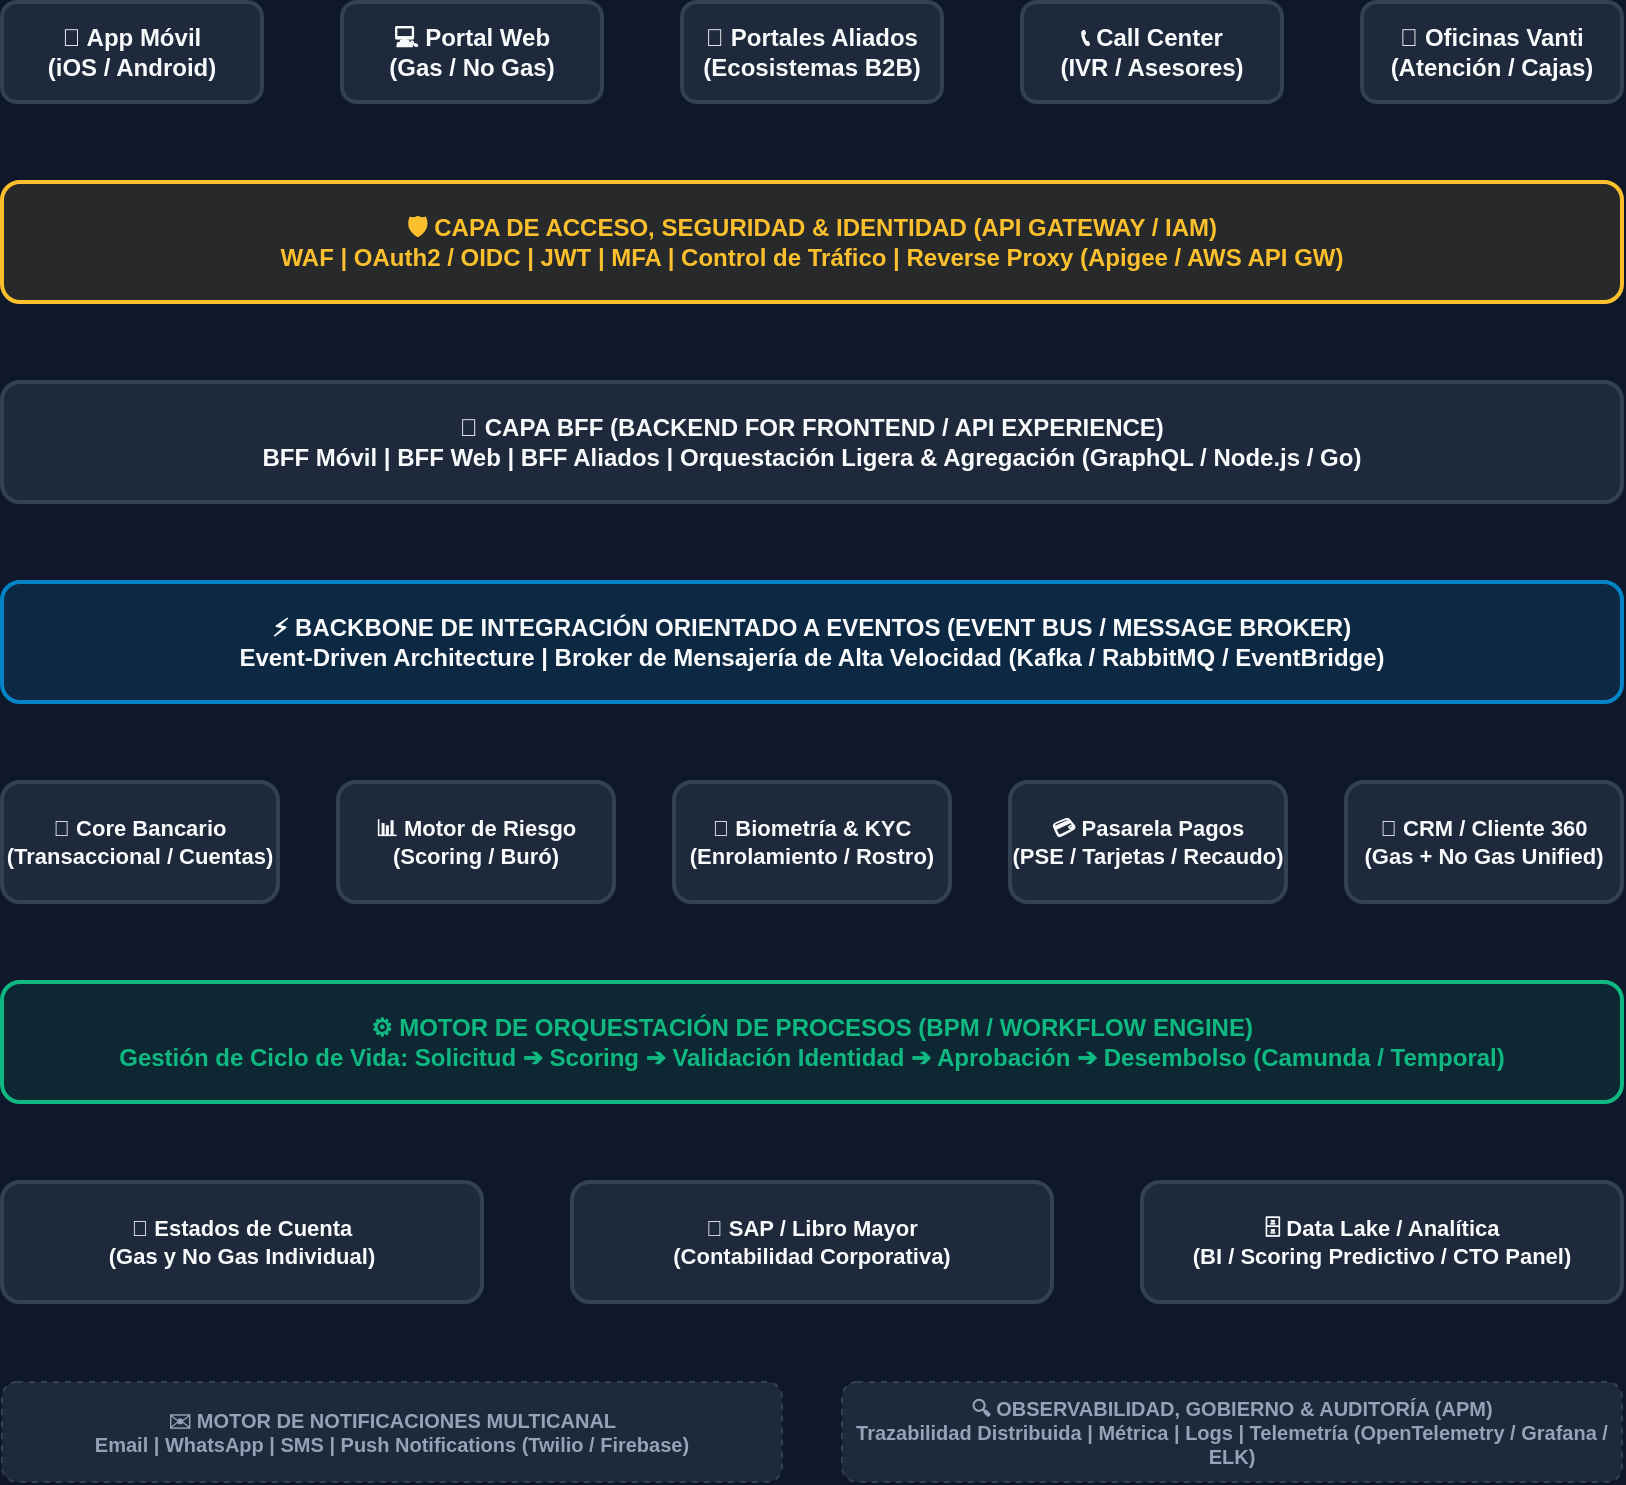
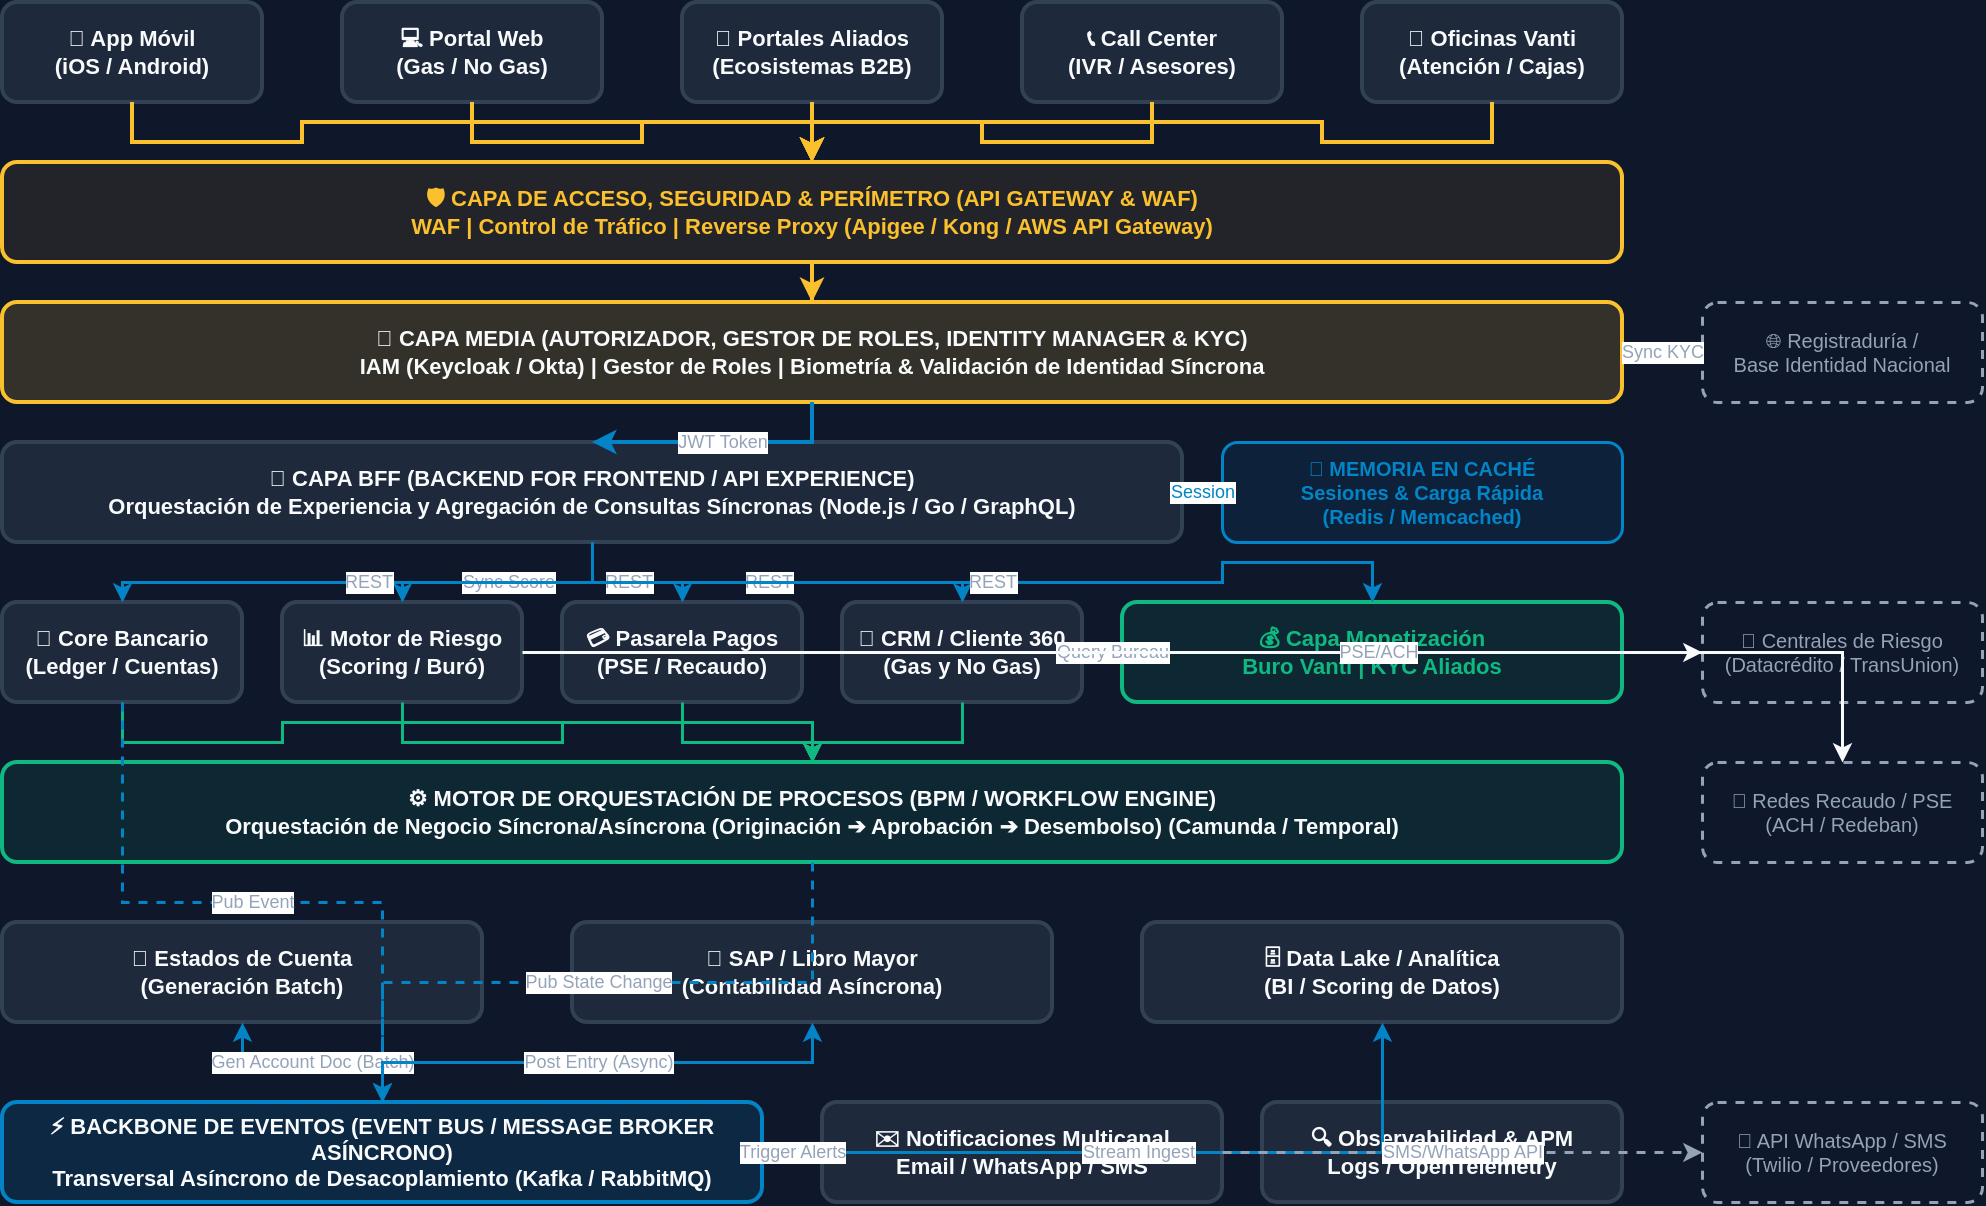
<mxfile host="Electron" modified="2026-07-05T12:00:00.000Z" agent="Mozilla/5.0" version="21.5.0" type="device">
  <diagram id="VantiArchitecture" name="Arquitectura Ecosistema Financiero">
    <mxGraphModel dx="1422" dy="829" grid="1" gridSize="10" guides="1" tooltips="1" connect="1" arrows="1" fold="1" page="1" pageScale="1" pageWidth="1169" pageHeight="827" background="#0F172A" math="0" shadow="0">
      <root>
        <mxCell id="0" />
        <mxCell id="1" parent="0" />

-         <!-- Channels Row (Y=50) -->
-         <mxCell id="c1" value="📱 App Móvil&#xa;(iOS / Android)" style="rounded=1;whiteSpace=wrap;html=1;fillColor=#1E293B;strokeColor=#334155;fontColor=#F8FAFC;strokeWidth=2;fontSize=12;fontStyle=1" parent="1" vertex="1">
+         <!-- ==================== LAYER 1: CHANNELS (Y=50) ==================== -->
+         <mxCell id="c1" value="📱 App Móvil&#xa;(iOS / Android)" style="rounded=1;whiteSpace=wrap;html=1;fillColor=#1E293B;strokeColor=#334155;fontColor=#F8FAFC;strokeWidth=2;fontSize=11;fontStyle=1" parent="1" vertex="1">
          <mxGeometry x="150" y="50" width="130" height="50" as="geometry" />
        </mxCell>
-         <mxCell id="c2" value="💻 Portal Web&#xa;(Gas / No Gas)" style="rounded=1;whiteSpace=wrap;html=1;fillColor=#1E293B;strokeColor=#334155;fontColor=#F8FAFC;strokeWidth=2;fontSize=12;fontStyle=1" parent="1" vertex="1">
+         <mxCell id="c2" value="💻 Portal Web&#xa;(Gas / No Gas)" style="rounded=1;whiteSpace=wrap;html=1;fillColor=#1E293B;strokeColor=#334155;fontColor=#F8FAFC;strokeWidth=2;fontSize=11;fontStyle=1" parent="1" vertex="1">
          <mxGeometry x="320" y="50" width="130" height="50" as="geometry" />
        </mxCell>
-         <mxCell id="c3" value="🤝 Portales Aliados&#xa;(Ecosistemas B2B)" style="rounded=1;whiteSpace=wrap;html=1;fillColor=#1E293B;strokeColor=#334155;fontColor=#F8FAFC;strokeWidth=2;fontSize=12;fontStyle=1" parent="1" vertex="1">
+         <mxCell id="c3" value="🤝 Portales Aliados&#xa;(Ecosistemas B2B)" style="rounded=1;whiteSpace=wrap;html=1;fillColor=#1E293B;strokeColor=#334155;fontColor=#F8FAFC;strokeWidth=2;fontSize=11;fontStyle=1" parent="1" vertex="1">
          <mxGeometry x="490" y="50" width="130" height="50" as="geometry" />
        </mxCell>
-         <mxCell id="c4" value="📞 Call Center&#xa;(IVR / Asesores)" style="rounded=1;whiteSpace=wrap;html=1;fillColor=#1E293B;strokeColor=#334155;fontColor=#F8FAFC;strokeWidth=2;fontSize=12;fontStyle=1" parent="1" vertex="1">
+         <mxCell id="c4" value="📞 Call Center&#xa;(IVR / Asesores)" style="rounded=1;whiteSpace=wrap;html=1;fillColor=#1E293B;strokeColor=#334155;fontColor=#F8FAFC;strokeWidth=2;fontSize=11;fontStyle=1" parent="1" vertex="1">
          <mxGeometry x="660" y="50" width="130" height="50" as="geometry" />
        </mxCell>
-         <mxCell id="c5" value="🏢 Oficinas Vanti&#xa;(Atención / Cajas)" style="rounded=1;whiteSpace=wrap;html=1;fillColor=#1E293B;strokeColor=#334155;fontColor=#F8FAFC;strokeWidth=2;fontSize=12;fontStyle=1" parent="1" vertex="1">
+         <mxCell id="c5" value="🏢 Oficinas Vanti&#xa;(Atención / Cajas)" style="rounded=1;whiteSpace=wrap;html=1;fillColor=#1E293B;strokeColor=#334155;fontColor=#F8FAFC;strokeWidth=2;fontSize=11;fontStyle=1" parent="1" vertex="1">
          <mxGeometry x="830" y="50" width="130" height="50" as="geometry" />
        </mxCell>

-         <!-- API Gateway & Security Layer (Y=140) -->
-         <mxCell id="apigw" value="🛡️ CAPA DE ACCESO, SEGURIDAD &amp; IDENTIDAD (API GATEWAY / IAM)&#xa;WAF | OAuth2 / OIDC | JWT | MFA | Control de Tráfico | Reverse Proxy (Apigee / AWS API GW)" style="rounded=1;whiteSpace=wrap;html=1;fillColor=rgba(251,192,45,0.1);strokeColor=#FBC02D;fontColor=#FBC02D;strokeWidth=2;fontSize=12;fontStyle=1" parent="1" vertex="1">
-           <mxGeometry x="150" y="140" width="810" height="60" as="geometry" />
+         <!-- ==================== LAYER 2: SECURITY & GATEWAY (Y=130) ==================== -->
+         <mxCell id="apigw" value="🛡️ CAPA DE ACCESO, SEGURIDAD &amp; PERÍMETRO (API GATEWAY &amp; WAF)&#xa;WAF | Control de Tráfico | Reverse Proxy (Apigee / Kong / AWS API Gateway)" style="rounded=1;whiteSpace=wrap;html=1;fillColor=rgba(251,192,45,0.08);strokeColor=#FBC02D;fontColor=#FBC02D;strokeWidth=2;fontSize=11;fontStyle=1" parent="1" vertex="1">
+           <mxGeometry x="150" y="130" width="810" height="50" as="geometry" />
        </mxCell>

-         <!-- BFF Experience Layer (Y=240) -->
-         <mxCell id="bff" value="📱 CAPA BFF (BACKEND FOR FRONTEND / API EXPERIENCE)&#xa;BFF Móvil | BFF Web | BFF Aliados | Orquestación Ligera &amp; Agregación (GraphQL / Node.js / Go)" style="rounded=1;whiteSpace=wrap;html=1;fillColor=#1E293B;strokeColor=#334155;fontColor=#F8FAFC;strokeWidth=2;fontSize=12;fontStyle=1" parent="1" vertex="1">
-           <mxGeometry x="150" y="240" width="810" height="60" as="geometry" />
+         <!-- ==================== LAYER 3: CAPA MEDIA / SEGURIDAD Y AUTH (Y=200) ==================== -->
+         <mxCell id="media" value="🔑 CAPA MEDIA (AUTORIZADOR, GESTOR DE ROLES, IDENTITY MANAGER &amp; KYC)&#xa;IAM (Keycloak / Okta) | Gestor de Roles | Biometría &amp; Validación de Identidad Síncrona" style="rounded=1;whiteSpace=wrap;html=1;fillColor=rgba(251,192,45,0.15);strokeColor=#FBC02D;fontColor=#F8FAFC;strokeWidth=2;fontSize=11;fontStyle=1" parent="1" vertex="1">
+           <mxGeometry x="150" y="200" width="810" height="50" as="geometry" />
        </mxCell>

-         <!-- Event Bus & Integration layer (Y=340) -->
-         <mxCell id="bus" value="⚡ BACKBONE DE INTEGRACIÓN ORIENTADO A EVENTOS (EVENT BUS / MESSAGE BROKER)&#xa;Event-Driven Architecture | Broker de Mensajería de Alta Velocidad (Kafka / RabbitMQ / EventBridge)" style="rounded=1;whiteSpace=wrap;html=1;fillColor=rgba(2,132,199,0.15);strokeColor=#0284c7;fontColor=#F8FAFC;strokeWidth=2;fontSize=12;fontStyle=1" parent="1" vertex="1">
-           <mxGeometry x="150" y="340" width="810" height="60" as="geometry" />
+         <!-- ==================== LAYER 4: BFF & CACHE (Y=270) ==================== -->
+         <mxCell id="bff" value="📱 CAPA BFF (BACKEND FOR FRONTEND / API EXPERIENCE)&#xa;Orquestación de Experiencia y Agregación de Consultas Síncronas (Node.js / Go / GraphQL)" style="rounded=1;whiteSpace=wrap;html=1;fillColor=#1E293B;strokeColor=#334155;fontColor=#F8FAFC;strokeWidth=2;fontSize=11;fontStyle=1" parent="1" vertex="1">
+           <mxGeometry x="150" y="270" width="590" height="50" as="geometry" />
+         </mxCell>
+         <mxCell id="cache" value="💾 MEMORIA EN CACHÉ&#xa;Sesiones &amp; Carga Rápida&#xa;(Redis / Memcached)" style="rounded=1;whiteSpace=wrap;html=1;fillColor=rgba(2,132,199,0.1);strokeColor=#0284c7;fontColor=#0284c7;strokeWidth=1.5;fontSize=10;fontStyle=1" parent="1" vertex="1">
+           <mxGeometry x="760" y="270" width="200" height="50" as="geometry" />
        </mxCell>

-         <!-- Core Financial Microservices Grid (Y=440) -->
-         <mxCell id="core" value="🏦 Core Bancario&#xa;(Transaccional / Cuentas)" style="rounded=1;whiteSpace=wrap;html=1;fillColor=#1E293B;strokeColor=#334155;fontColor=#F8FAFC;strokeWidth=2;fontSize=11;fontStyle=1" parent="1" vertex="1">
-           <mxGeometry x="150" y="440" width="138" height="60" as="geometry" />
+         <!-- ==================== LAYER 5: CORE & BUSINESS SERVICES (Y=350) ==================== -->
+         <mxCell id="core" value="🏦 Core Bancario&#xa;(Ledger / Cuentas)" style="rounded=1;whiteSpace=wrap;html=1;fillColor=#1E293B;strokeColor=#334155;fontColor=#F8FAFC;strokeWidth=2;fontSize=11;fontStyle=1" parent="1" vertex="1">
+           <mxGeometry x="150" y="350" width="120" height="50" as="geometry" />
        </mxCell>
        <mxCell id="risk" value="📊 Motor de Riesgo&#xa;(Scoring / Buró)" style="rounded=1;whiteSpace=wrap;html=1;fillColor=#1E293B;strokeColor=#334155;fontColor=#F8FAFC;strokeWidth=2;fontSize=11;fontStyle=1" parent="1" vertex="1">
-           <mxGeometry x="318" y="440" width="138" height="60" as="geometry" />
+           <mxGeometry x="290" y="350" width="120" height="50" as="geometry" />
        </mxCell>
-         <mxCell id="biom" value="👤 Biometría &amp; KYC&#xa;(Enrolamiento / Rostro)" style="rounded=1;whiteSpace=wrap;html=1;fillColor=#1E293B;strokeColor=#334155;fontColor=#F8FAFC;strokeWidth=2;fontSize=11;fontStyle=1" parent="1" vertex="1">
-           <mxGeometry x="486" y="440" width="138" height="60" as="geometry" />
+         <mxCell id="pay" value="💳 Pasarela Pagos&#xa;(PSE / Recaudo)" style="rounded=1;whiteSpace=wrap;html=1;fillColor=#1E293B;strokeColor=#334155;fontColor=#F8FAFC;strokeWidth=2;fontSize=11;fontStyle=1" parent="1" vertex="1">
+           <mxGeometry x="430" y="350" width="120" height="50" as="geometry" />
        </mxCell>
-         <mxCell id="pay" value="💳 Pasarela Pagos&#xa;(PSE / Tarjetas / Recaudo)" style="rounded=1;whiteSpace=wrap;html=1;fillColor=#1E293B;strokeColor=#334155;fontColor=#F8FAFC;strokeWidth=2;fontSize=11;fontStyle=1" parent="1" vertex="1">
-           <mxGeometry x="654" y="440" width="138" height="60" as="geometry" />
+         <mxCell id="crm" value="👥 CRM / Cliente 360&#xa;(Gas y No Gas)" style="rounded=1;whiteSpace=wrap;html=1;fillColor=#1E293B;strokeColor=#334155;fontColor=#F8FAFC;strokeWidth=2;fontSize=11;fontStyle=1" parent="1" vertex="1">
+           <mxGeometry x="570" y="350" width="120" height="50" as="geometry" />
        </mxCell>
-         <mxCell id="crm" value="👥 CRM / Cliente 360&#xa;(Gas + No Gas Unified)" style="rounded=1;whiteSpace=wrap;html=1;fillColor=#1E293B;strokeColor=#334155;fontColor=#F8FAFC;strokeWidth=2;fontSize=11;fontStyle=1" parent="1" vertex="1">
-           <mxGeometry x="822" y="440" width="138" height="60" as="geometry" />
+         <mxCell id="money" value="💰 Capa Monetización&#xa;Buro Vanti | KYC Aliados" style="rounded=1;whiteSpace=wrap;html=1;fillColor=rgba(16,185,129,0.1);strokeColor=#10b981;fontColor=#10b981;strokeWidth=2;fontSize=11;fontStyle=1" parent="1" vertex="1">
+           <mxGeometry x="710" y="350" width="250" height="50" as="geometry" />
        </mxCell>

-         <!-- Process Orchestration BPM Layer (Y=540) -->
-         <mxCell id="bpm" value="⚙️ MOTOR DE ORQUESTACIÓN DE PROCESOS (BPM / WORKFLOW ENGINE)&#xa;Gestión de Ciclo de Vida: Solicitud ➔ Scoring ➔ Validación Identidad ➔ Aprobación ➔ Desembolso (Camunda / Temporal)" style="rounded=1;whiteSpace=wrap;html=1;fillColor=rgba(16,185,129,0.1);strokeColor=#10b981;fontColor=#10b981;strokeWidth=2;fontSize=12;fontStyle=1" parent="1" vertex="1">
-           <mxGeometry x="150" y="540" width="810" height="60" as="geometry" />
+         <!-- ==================== LAYER 6: PROCESS ORCHESTRATION BPM (Y=430) ==================== -->
+         <mxCell id="bpm" value="⚙️ MOTOR DE ORQUESTACIÓN DE PROCESOS (BPM / WORKFLOW ENGINE)&#xa;Orquestación de Negocio Síncrona/Asíncrona (Originación ➔ Aprobación ➔ Desembolso) (Camunda / Temporal)" style="rounded=1;whiteSpace=wrap;html=1;fillColor=rgba(16,185,129,0.1);strokeColor=#10b981;fontColor=#F8FAFC;strokeWidth=2;fontSize=11;fontStyle=1" parent="1" vertex="1">
+           <mxGeometry x="150" y="430" width="810" height="50" as="geometry" />
        </mxCell>

-         <!-- Records & Insights Layer (Y=640) -->
-         <mxCell id="esta" value="📄 Estados de Cuenta&#xa;(Gas y No Gas Individual)" style="rounded=1;whiteSpace=wrap;html=1;fillColor=#1E293B;strokeColor=#334155;fontColor=#F8FAFC;strokeWidth=2;fontSize=11;fontStyle=1" parent="1" vertex="1">
-           <mxGeometry x="150" y="640" width="240" height="60" as="geometry" />
+         <!-- ==================== LAYER 7: SYSTEMS OF RECORD & ANALYTICS (Y=510) ==================== -->
+         <mxCell id="esta" value="📄 Estados de Cuenta&#xa;(Generación Batch)" style="rounded=1;whiteSpace=wrap;html=1;fillColor=#1E293B;strokeColor=#334155;fontColor=#F8FAFC;strokeWidth=2;fontSize=11;fontStyle=1" parent="1" vertex="1">
+           <mxGeometry x="150" y="510" width="240" height="50" as="geometry" />
        </mxCell>
-         <mxCell id="sap" value="💼 SAP / Libro Mayor&#xa;(Contabilidad Corporativa)" style="rounded=1;whiteSpace=wrap;html=1;fillColor=#1E293B;strokeColor=#334155;fontColor=#F8FAFC;strokeWidth=2;fontSize=11;fontStyle=1" parent="1" vertex="1">
-           <mxGeometry x="435" y="640" width="240" height="60" as="geometry" />
+         <mxCell id="sap" value="💼 SAP / Libro Mayor&#xa;(Contabilidad Asíncrona)" style="rounded=1;whiteSpace=wrap;html=1;fillColor=#1E293B;strokeColor=#334155;fontColor=#F8FAFC;strokeWidth=2;fontSize=11;fontStyle=1" parent="1" vertex="1">
+           <mxGeometry x="435" y="510" width="240" height="50" as="geometry" />
        </mxCell>
-         <mxCell id="lake" value="🗄️ Data Lake / Analítica&#xa;(BI / Scoring Predictivo / CTO Panel)" style="rounded=1;whiteSpace=wrap;html=1;fillColor=#1E293B;strokeColor=#334155;fontColor=#F8FAFC;strokeWidth=2;fontSize=11;fontStyle=1" parent="1" vertex="1">
-           <mxGeometry x="720" y="640" width="240" height="60" as="geometry" />
+         <mxCell id="lake" value="🗄️ Data Lake / Analítica&#xa;(BI / Scoring de Datos)" style="rounded=1;whiteSpace=wrap;html=1;fillColor=#1E293B;strokeColor=#334155;fontColor=#F8FAFC;strokeWidth=2;fontSize=11;fontStyle=1" parent="1" vertex="1">
+           <mxGeometry x="720" y="510" width="240" height="50" as="geometry" />
        </mxCell>

-         <!-- Cross-cutting Capabilities (Y=740) -->
-         <mxCell id="notif" value="✉️ MOTOR DE NOTIFICACIONES MULTICANAL&#xa;Email | WhatsApp | SMS | Push Notifications (Twilio / Firebase)" style="rounded=1;whiteSpace=wrap;html=1;fillColor=#1E293B;strokeColor=#334155;fontColor=#94A3B8;strokeWidth=1;fontSize=10;fontStyle=1;dashed=1" parent="1" vertex="1">
-           <mxGeometry x="150" y="740" width="390" height="50" as="geometry" />
+         <!-- ==================== LAYER 8: CROSS-CUTTING ASYNC LAYER (Y=600) ==================== -->
+         <mxCell id="bus" value="⚡ BACKBONE DE EVENTOS (EVENT BUS / MESSAGE BROKER ASÍNCRONO)&#xa;Transversal Asíncrono de Desacoplamiento (Kafka / RabbitMQ)" style="rounded=1;whiteSpace=wrap;html=1;fillColor=rgba(2,132,199,0.15);strokeColor=#0284c7;fontColor=#F8FAFC;strokeWidth=2;fontSize=11;fontStyle=1" parent="1" vertex="1">
+           <mxGeometry x="150" y="600" width="380" height="50" as="geometry" />
        </mxCell>
-         <mxCell id="obs" value="🔍 OBSERVABILIDAD, GOBIERNO &amp; AUDITORÍA (APM)&#xa;Trazabilidad Distribuida | Métrica | Logs | Telemetría (OpenTelemetry / Grafana / ELK)" style="rounded=1;whiteSpace=wrap;html=1;fillColor=#1E293B;strokeColor=#334155;fontColor=#94A3B8;strokeWidth=1;fontSize=10;fontStyle=1;dashed=1" parent="1" vertex="1">
-           <mxGeometry x="570" y="740" width="390" height="50" as="geometry" />
+         <mxCell id="notif" value="✉️ Notificaciones Multicanal&#xa;Email / WhatsApp / SMS" style="rounded=1;whiteSpace=wrap;html=1;fillColor=#1E293B;strokeColor=#334155;fontColor=#F8FAFC;strokeWidth=2;fontSize=11;fontStyle=1" parent="1" vertex="1">
+           <mxGeometry x="560" y="600" width="200" height="50" as="geometry" />
+         </mxCell>
+         <mxCell id="obs" value="🔍 Observabilidad &amp; APM&#xa;Logs / OpenTelemetry" style="rounded=1;whiteSpace=wrap;html=1;fillColor=#1E293B;strokeColor=#334155;fontColor=#F8FAFC;strokeWidth=2;fontSize=11;fontStyle=1" parent="1" vertex="1">
+           <mxGeometry x="780" y="600" width="180" height="50" as="geometry" />
        </mxCell>

-         <!-- Connectors: Channels to API Gateway -->
-         <mxCell id="ec1" value="" style="edgeStyle=orthogonalEdgeStyle;rounded=1;orthogonalLoop=1;jettySize=auto;html=1;strokeColor=#FBC02D;strokeWidth=2;fillColor=none;endArrow=classic;endSize=6;" parent="1" source="c1" target="apigw" />
-         <mxCell id="ec2" value="" style="edgeStyle=orthogonalEdgeStyle;rounded=1;orthogonalLoop=1;jettySize=auto;html=1;strokeColor=#FBC02D;strokeWidth=2;fillColor=none;endArrow=classic;endSize=6;" parent="1" source="c2" target="apigw" />
-         <mxCell id="ec3" value="" style="edgeStyle=orthogonalEdgeStyle;rounded=1;orthogonalLoop=1;jettySize=auto;html=1;strokeColor=#FBC02D;strokeWidth=2;fillColor=none;endArrow=classic;endSize=6;" parent="1" source="c3" target="apigw" />
-         <mxCell id="ec4" value="" style="edgeStyle=orthogonalEdgeStyle;rounded=1;orthogonalLoop=1;jettySize=auto;html=1;strokeColor=#FBC02D;strokeWidth=2;fillColor=none;endArrow=classic;endSize=6;" parent="1" source="c4" target="apigw" />
-         <mxCell id="ec5" value="" style="edgeStyle=orthogonalEdgeStyle;rounded=1;orthogonalLoop=1;jettySize=auto;html=1;strokeColor=#FBC02D;strokeWidth=2;fillColor=none;endArrow=classic;endSize=6;" parent="1" source="c5" target="apigw" />
+         <!-- ==================== EXTERNAL PROVIDERS LAYER (X=1000) ==================== -->
+         <mxCell id="ext_auth" value="🌐 Registraduría /&#xa;Base Identidad Nacional" style="rounded=1;whiteSpace=wrap;html=1;fillColor=#0f172a;strokeColor=#94A3B8;fontColor=#94A3B8;strokeWidth=1.5;fontSize=10;dashed=1" parent="1" vertex="1">
+           <mxGeometry x="1000" y="200" width="140" height="50" as="geometry" />
+         </mxCell>
+         <mxCell id="ext_buro" value="🏢 Centrales de Riesgo&#xa;(Datacrédito / TransUnion)" style="rounded=1;whiteSpace=wrap;html=1;fillColor=#0f172a;strokeColor=#94A3B8;fontColor=#94A3B8;strokeWidth=1.5;fontSize=10;dashed=1" parent="1" vertex="1">
+           <mxGeometry x="1000" y="350" width="140" height="50" as="geometry" />
+         </mxCell>
+         <mxCell id="ext_pay" value="🏦 Redes Recaudo / PSE&#xa;(ACH / Redeban)" style="rounded=1;whiteSpace=wrap;html=1;fillColor=#0f172a;strokeColor=#94A3B8;fontColor=#94A3B8;strokeWidth=1.5;fontSize=10;dashed=1" parent="1" vertex="1">
+           <mxGeometry x="1000" y="430" width="140" height="50" as="geometry" />
+         </mxCell>
+         <mxCell id="ext_notif" value="📱 API WhatsApp / SMS&#xa;(Twilio / Proveedores)" style="rounded=1;whiteSpace=wrap;html=1;fillColor=#0f172a;strokeColor=#94A3B8;fontColor=#94A3B8;strokeWidth=1.5;fontSize=10;dashed=1" parent="1" vertex="1">
+           <mxGeometry x="1000" y="600" width="140" height="50" as="geometry" />
+         </mxCell>

-         <!-- API GW to BFF -->
-         <mxCell id="e_apigw_bff" value="Auth Check &amp; Proxy" style="edgeStyle=orthogonalEdgeStyle;rounded=1;orthogonalLoop=1;jettySize=auto;html=1;strokeColor=#0284c7;strokeWidth=2;fillColor=none;endArrow=classic;endSize=6;fontColor=#94A3B8;fontSize=10;" parent="1" source="apigw" target="bff" />
+         <!-- ==================== CONNECTOR LINES (edge="1") ==================== -->
+         <!-- Channels to Gateway -->
+         <mxCell id="ec1" value="" style="edgeStyle=orthogonalEdgeStyle;rounded=0;orthogonalLoop=1;jettySize=auto;html=1;strokeColor=#FBC02D;strokeWidth=2;fillColor=none;endArrow=classic;endSize=6;" parent="1" source="c1" target="apigw" edge="1"><mxGeometry relative="1" as="geometry" /></mxCell>
+         <mxCell id="ec2" value="" style="edgeStyle=orthogonalEdgeStyle;rounded=0;orthogonalLoop=1;jettySize=auto;html=1;strokeColor=#FBC02D;strokeWidth=2;fillColor=none;endArrow=classic;endSize=6;" parent="1" source="c2" target="apigw" edge="1"><mxGeometry relative="1" as="geometry" /></mxCell>
+         <mxCell id="ec3" value="" style="edgeStyle=orthogonalEdgeStyle;rounded=0;orthogonalLoop=1;jettySize=auto;html=1;strokeColor=#FBC02D;strokeWidth=2;fillColor=none;endArrow=classic;endSize=6;" parent="1" source="c3" target="apigw" edge="1"><mxGeometry relative="1" as="geometry" /></mxCell>
+         <mxCell id="ec4" value="" style="edgeStyle=orthogonalEdgeStyle;rounded=0;orthogonalLoop=1;jettySize=auto;html=1;strokeColor=#FBC02D;strokeWidth=2;fillColor=none;endArrow=classic;endSize=6;" parent="1" source="c4" target="apigw" edge="1"><mxGeometry relative="1" as="geometry" /></mxCell>
+         <mxCell id="ec5" value="" style="edgeStyle=orthogonalEdgeStyle;rounded=0;orthogonalLoop=1;jettySize=auto;html=1;strokeColor=#FBC02D;strokeWidth=2;fillColor=none;endArrow=classic;endSize=6;" parent="1" source="c5" target="apigw" edge="1"><mxGeometry relative="1" as="geometry" /></mxCell>

-         <!-- BFF to Event Bus -->
-         <mxCell id="e_bff_bus" value="Event Pub / API Req" style="edgeStyle=orthogonalEdgeStyle;rounded=1;orthogonalLoop=1;jettySize=auto;html=1;strokeColor=#0284c7;strokeWidth=2;fillColor=none;endArrow=classic;endSize=6;fontColor=#94A3B8;fontSize=10;" parent="1" source="bff" target="bus" />
+         <!-- API GW to Media (IAM/Biometria) -->
+         <mxCell id="e_gw_med" value="" style="edgeStyle=orthogonalEdgeStyle;rounded=0;orthogonalLoop=1;jettySize=auto;html=1;strokeColor=#FBC02D;strokeWidth=2;fillColor=none;endArrow=classic;endSize=6;" parent="1" source="apigw" target="media" edge="1"><mxGeometry relative="1" as="geometry" /></mxCell>

-         <!-- Event Bus to Core Services (Down arrows) -->
-         <mxCell id="eb1" value="" style="edgeStyle=orthogonalEdgeStyle;rounded=1;orthogonalLoop=1;jettySize=auto;html=1;strokeColor=#0284c7;strokeWidth=1.5;fillColor=none;endArrow=classic;endSize=5;" parent="1" source="bus" target="core" />
-         <mxCell id="eb2" value="" style="edgeStyle=orthogonalEdgeStyle;rounded=1;orthogonalLoop=1;jettySize=auto;html=1;strokeColor=#0284c7;strokeWidth=1.5;fillColor=none;endArrow=classic;endSize=5;" parent="1" source="bus" target="risk" />
-         <mxCell id="eb3" value="" style="edgeStyle=orthogonalEdgeStyle;rounded=1;orthogonalLoop=1;jettySize=auto;html=1;strokeColor=#0284c7;strokeWidth=1.5;fillColor=none;endArrow=classic;endSize=5;" parent="1" source="bus" target="biom" />
-         <mxCell id="eb4" value="" style="edgeStyle=orthogonalEdgeStyle;rounded=1;orthogonalLoop=1;jettySize=auto;html=1;strokeColor=#0284c7;strokeWidth=1.5;fillColor=none;endArrow=classic;endSize=5;" parent="1" source="bus" target="pay" />
-         <mxCell id="eb5" value="" style="edgeStyle=orthogonalEdgeStyle;rounded=1;orthogonalLoop=1;jettySize=auto;html=1;strokeColor=#0284c7;strokeWidth=1.5;fillColor=none;endArrow=classic;endSize=5;" parent="1" source="bus" target="crm" />
+         <!-- Media (Biometria) to Ext Identidad (Sync Validation) -->
+         <mxCell id="e_med_ext" value="Sync KYC" style="edgeStyle=orthogonalEdgeStyle;rounded=0;orthogonalLoop=1;jettySize=auto;html=1;strokeColor=#FBC02D;strokeWidth=1.5;fillColor=none;endArrow=classic;endSize=5;fontColor=#94A3B8;fontSize=9;" parent="1" source="media" target="ext_auth" edge="1"><mxGeometry relative="1" as="geometry" /></mxCell>
+ 
+         <!-- Media to BFF -->
+         <mxCell id="e_med_bff" value="JWT Token" style="edgeStyle=orthogonalEdgeStyle;rounded=0;orthogonalLoop=1;jettySize=auto;html=1;strokeColor=#0284c7;strokeWidth=2;fillColor=none;endArrow=classic;endSize=6;fontColor=#94A3B8;fontSize=9;" parent="1" source="media" target="bff" edge="1"><mxGeometry relative="1" as="geometry" /></mxCell>
+ 
+         <!-- BFF to Cache -->
+         <mxCell id="e_bff_cache" value="Session" style="edgeStyle=orthogonalEdgeStyle;rounded=0;orthogonalLoop=1;jettySize=auto;html=1;strokeColor=#0284c7;strokeWidth=1.5;fillColor=none;endArrow=classic;endSize=5;fontColor=#0284c7;fontSize=9;" parent="1" source="bff" target="cache" edge="1"><mxGeometry relative="1" as="geometry" /></mxCell>
+ 
+         <!-- BFF to Risk (Sync Credit Check) -->
+         <mxCell id="e_bff_risk" value="Sync Score" style="edgeStyle=orthogonalEdgeStyle;rounded=0;orthogonalLoop=1;jettySize=auto;html=1;strokeColor=#0284c7;strokeWidth=1.5;fillColor=none;endArrow=classic;endSize=5;fontColor=#94A3B8;fontSize=9;" parent="1" source="bff" target="risk" edge="1"><mxGeometry relative="1" as="geometry" /></mxCell>
+ 
+         <!-- Risk to Ext Buro (Sync API) -->
+         <mxCell id="e_risk_ext" value="Query Bureau" style="edgeStyle=orthogonalEdgeStyle;rounded=0;orthogonalLoop=1;jettySize=auto;html=1;strokeColor=#F8FAFC;strokeWidth=1.5;fillColor=none;endArrow=classic;endSize=5;fontColor=#94A3B8;fontSize=9;" parent="1" source="risk" target="ext_buro" edge="1"><mxGeometry relative="1" as="geometry" /></mxCell>
+ 
+         <!-- BFF to Core Services (REST Sync Calls) -->
+         <mxCell id="e_bff_core" value="REST" style="edgeStyle=orthogonalEdgeStyle;rounded=0;orthogonalLoop=1;jettySize=auto;html=1;strokeColor=#0284c7;strokeWidth=1.5;fillColor=none;endArrow=classic;endSize=5;fontColor=#94A3B8;fontSize=9;" parent="1" source="bff" target="core" edge="1"><mxGeometry relative="1" as="geometry" /></mxCell>
+         <mxCell id="e_bff_pay" value="REST" style="edgeStyle=orthogonalEdgeStyle;rounded=0;orthogonalLoop=1;jettySize=auto;html=1;strokeColor=#0284c7;strokeWidth=1.5;fillColor=none;endArrow=classic;endSize=5;fontColor=#94A3B8;fontSize=9;" parent="1" source="bff" target="pay" edge="1"><mxGeometry relative="1" as="geometry" /></mxCell>
+         <mxCell id="e_bff_crm" value="REST" style="edgeStyle=orthogonalEdgeStyle;rounded=0;orthogonalLoop=1;jettySize=auto;html=1;strokeColor=#0284c7;strokeWidth=1.5;fillColor=none;endArrow=classic;endSize=5;fontColor=#94A3B8;fontSize=9;" parent="1" source="bff" target="crm" edge="1"><mxGeometry relative="1" as="geometry" /></mxCell>
+         <mxCell id="e_bff_money" value="REST" style="edgeStyle=orthogonalEdgeStyle;rounded=0;orthogonalLoop=1;jettySize=auto;html=1;strokeColor=#0284c7;strokeWidth=1.5;fillColor=none;endArrow=classic;endSize=5;fontColor=#94A3B8;fontSize=9;" parent="1" source="bff" target="money" edge="1"><mxGeometry relative="1" as="geometry" /></mxCell>
+ 
+         <!-- Pagos to External Networks -->
+         <mxCell id="e_pay_ext" value="PSE/ACH" style="edgeStyle=orthogonalEdgeStyle;rounded=0;orthogonalLoop=1;jettySize=auto;html=1;strokeColor=#F8FAFC;strokeWidth=1.5;fillColor=none;endArrow=classic;endSize=5;fontColor=#94A3B8;fontSize=9;" parent="1" source="pay" target="ext_pay" edge="1"><mxGeometry relative="1" as="geometry" /></mxCell>

        <!-- Core Services to BPM Orquestador -->
-         <mxCell id="ebpm1" value="" style="edgeStyle=orthogonalEdgeStyle;rounded=1;orthogonalLoop=1;jettySize=auto;html=1;strokeColor=#10b981;strokeWidth=1.5;fillColor=none;endArrow=classic;endSize=5;" parent="1" source="core" target="bpm" />
-         <mxCell id="ebpm2" value="" style="edgeStyle=orthogonalEdgeStyle;rounded=1;orthogonalLoop=1;jettySize=auto;html=1;strokeColor=#10b981;strokeWidth=1.5;fillColor=none;endArrow=classic;endSize=5;" parent="1" source="risk" target="bpm" />
-         <mxCell id="ebpm3" value="" style="edgeStyle=orthogonalEdgeStyle;rounded=1;orthogonalLoop=1;jettySize=auto;html=1;strokeColor=#10b981;strokeWidth=1.5;fillColor=none;endArrow=classic;endSize=5;" parent="1" source="biom" target="bpm" />
-         <mxCell id="ebpm4" value="" style="edgeStyle=orthogonalEdgeStyle;rounded=1;orthogonalLoop=1;jettySize=auto;html=1;strokeColor=#10b981;strokeWidth=1.5;fillColor=none;endArrow=classic;endSize=5;" parent="1" source="pay" target="bpm" />
-         <mxCell id="ebpm5" value="" style="edgeStyle=orthogonalEdgeStyle;rounded=1;orthogonalLoop=1;jettySize=auto;html=1;strokeColor=#10b981;strokeWidth=1.5;fillColor=none;endArrow=classic;endSize=5;" parent="1" source="crm" target="bpm" />
+         <mxCell id="ebpm1" value="" style="edgeStyle=orthogonalEdgeStyle;rounded=0;orthogonalLoop=1;jettySize=auto;html=1;strokeColor=#10b981;strokeWidth=1.5;fillColor=none;endArrow=classic;endSize=5;" parent="1" source="core" target="bpm" edge="1"><mxGeometry relative="1" as="geometry" /></mxCell>
+         <mxCell id="ebpm2" value="" style="edgeStyle=orthogonalEdgeStyle;rounded=0;orthogonalLoop=1;jettySize=auto;html=1;strokeColor=#10b981;strokeWidth=1.5;fillColor=none;endArrow=classic;endSize=5;" parent="1" source="risk" target="bpm" edge="1"><mxGeometry relative="1" as="geometry" /></mxCell>
+         <mxCell id="ebpm3" value="" style="edgeStyle=orthogonalEdgeStyle;rounded=0;orthogonalLoop=1;jettySize=auto;html=1;strokeColor=#10b981;strokeWidth=1.5;fillColor=none;endArrow=classic;endSize=5;" parent="1" source="pay" target="bpm" edge="1"><mxGeometry relative="1" as="geometry" /></mxCell>
+         <mxCell id="ebpm4" value="" style="edgeStyle=orthogonalEdgeStyle;rounded=0;orthogonalLoop=1;jettySize=auto;html=1;strokeColor=#10b981;strokeWidth=1.5;fillColor=none;endArrow=classic;endSize=5;" parent="1" source="crm" target="bpm" edge="1"><mxGeometry relative="1" as="geometry" /></mxCell>

-         <!-- BPM to records & Analytics -->
-         <mxCell id="epc1" value="Update Ledger / Statement" style="edgeStyle=orthogonalEdgeStyle;rounded=1;orthogonalLoop=1;jettySize=auto;html=1;strokeColor=#10b981;strokeWidth=2;fillColor=none;endArrow=classic;endSize=6;fontColor=#94A3B8;fontSize=10;" parent="1" source="bpm" target="esta" />
-         <mxCell id="epc2" value="Async Journalization" style="edgeStyle=orthogonalEdgeStyle;rounded=1;orthogonalLoop=1;jettySize=auto;html=1;strokeColor=#10b981;strokeWidth=2;fillColor=none;endArrow=classic;endSize=6;fontColor=#94A3B8;fontSize=10;" parent="1" source="bpm" target="sap" />
-         <mxCell id="epc3" value="Ingestion / ETL" style="edgeStyle=orthogonalEdgeStyle;rounded=1;orthogonalLoop=1;jettySize=auto;html=1;strokeColor=#10b981;strokeWidth=2;fillColor=none;endArrow=classic;endSize=6;fontColor=#94A3B8;fontSize=10;" parent="1" source="bpm" target="lake" />
+         <!-- Core / BPM to Event Bus (Async Broker) -->
+         <mxCell id="e_core_bus" value="Pub Event" style="edgeStyle=orthogonalEdgeStyle;rounded=0;orthogonalLoop=1;jettySize=auto;html=1;strokeColor=#0284c7;strokeWidth=1.5;dashed=1;fillColor=none;endArrow=classic;endSize=5;fontColor=#94A3B8;fontSize=9;" parent="1" source="core" target="bus" edge="1"><mxGeometry relative="1" as="geometry" /></mxCell>
+         <mxCell id="e_bpm_bus" value="Pub State Change" style="edgeStyle=orthogonalEdgeStyle;rounded=0;orthogonalLoop=1;jettySize=auto;html=1;strokeColor=#0284c7;strokeWidth=1.5;dashed=1;fillColor=none;endArrow=classic;endSize=5;fontColor=#94A3B8;fontSize=9;" parent="1" source="bpm" target="bus" edge="1"><mxGeometry relative="1" as="geometry" /></mxCell>
+ 
+         <!-- Event Bus to Record Systems (Async Consumers) -->
+         <mxCell id="e_bus_esta" value="Gen Account Doc (Batch)" style="edgeStyle=orthogonalEdgeStyle;rounded=0;orthogonalLoop=1;jettySize=auto;html=1;strokeColor=#0284c7;strokeWidth=1.5;fillColor=none;endArrow=classic;endSize=5;fontColor=#94A3B8;fontSize=9;" parent="1" source="bus" target="esta" edge="1"><mxGeometry relative="1" as="geometry" /></mxCell>
+         <mxCell id="e_bus_sap" value="Post Entry (Async)" style="edgeStyle=orthogonalEdgeStyle;rounded=0;orthogonalLoop=1;jettySize=auto;html=1;strokeColor=#0284c7;strokeWidth=1.5;fillColor=none;endArrow=classic;endSize=5;fontColor=#94A3B8;fontSize=9;" parent="1" source="bus" target="sap" edge="1"><mxGeometry relative="1" as="geometry" /></mxCell>
+         <mxCell id="e_bus_lake" value="Stream Ingest" style="edgeStyle=orthogonalEdgeStyle;rounded=0;orthogonalLoop=1;jettySize=auto;html=1;strokeColor=#0284c7;strokeWidth=1.5;fillColor=none;endArrow=classic;endSize=5;fontColor=#94A3B8;fontSize=9;" parent="1" source="bus" target="lake" edge="1"><mxGeometry relative="1" as="geometry" /></mxCell>
+ 
+         <!-- Event Bus to Notifications (Async Queue) -->
+         <mxCell id="e_bus_notif" value="Trigger Alerts" style="edgeStyle=orthogonalEdgeStyle;rounded=0;orthogonalLoop=1;jettySize=auto;html=1;strokeColor=#0284c7;strokeWidth=1.5;fillColor=none;endArrow=classic;endSize=5;fontColor=#94A3B8;fontSize=9;" parent="1" source="bus" target="notif" edge="1"><mxGeometry relative="1" as="geometry" /></mxCell>
+ 
+         <!-- Notifications to Ext API -->
+         <mxCell id="e_notif_ext" value="SMS/WhatsApp API" style="edgeStyle=orthogonalEdgeStyle;rounded=0;orthogonalLoop=1;jettySize=auto;html=1;strokeColor=#94A3B8;strokeWidth=1.5;dashed=1;fillColor=none;endArrow=classic;endSize=5;fontColor=#94A3B8;fontSize=9;" parent="1" source="notif" target="ext_notif" edge="1"><mxGeometry relative="1" as="geometry" /></mxCell>

      </root>
    </mxGraphModel>
  </diagram>
</mxfile>
